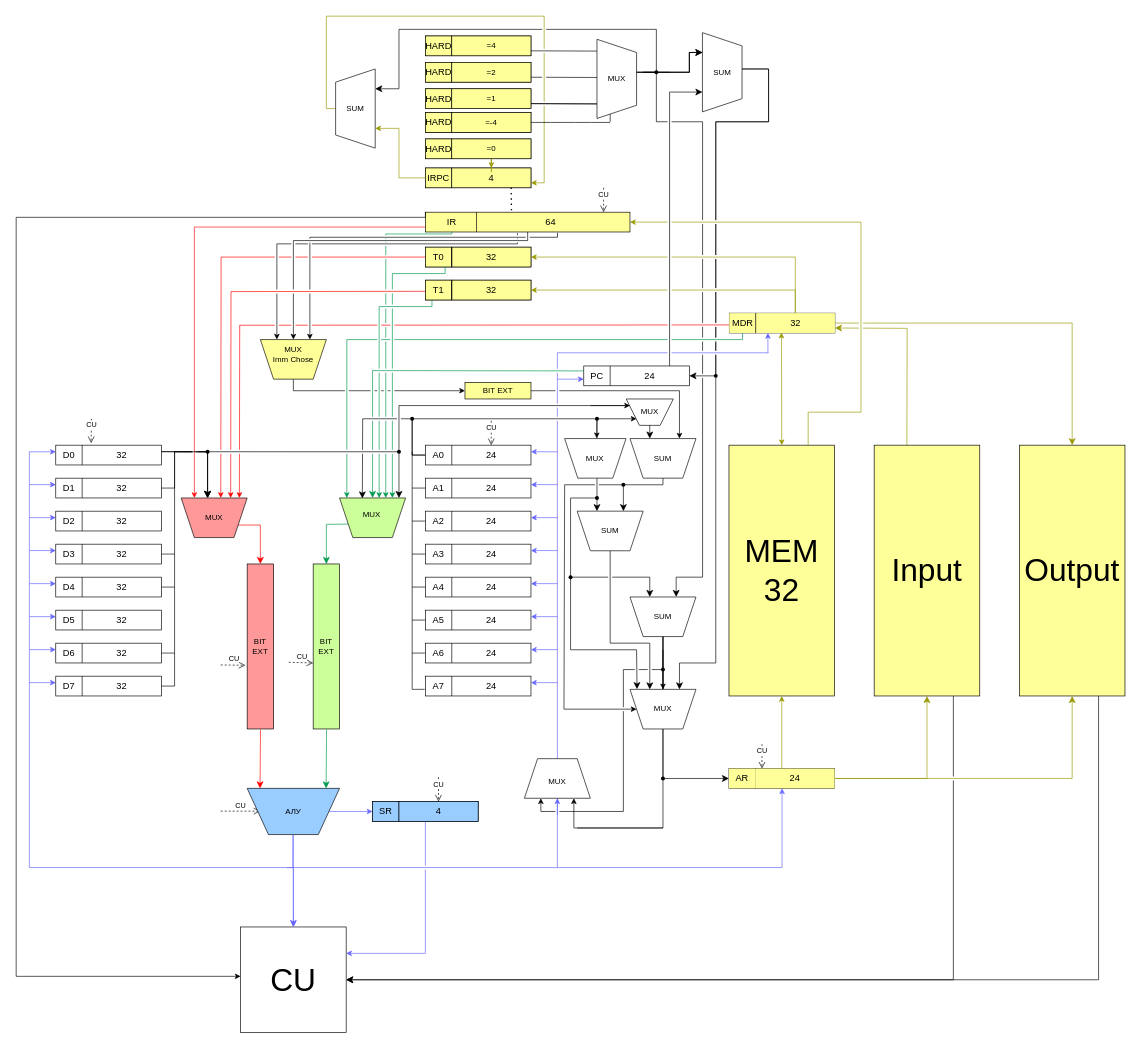
Before: ФИНАЛ.drawio in vladimirasd/computer-archirecture, a draw.io diagram. Source tidied: cells renumbered, new cells numbered last; positions are measured from the earlier drawing's top-left corner, leaving out a move shared by most shapes. Both pictures are drawn from the tidied source at 66%, with x=0, y=0 at pixel (16, 16).
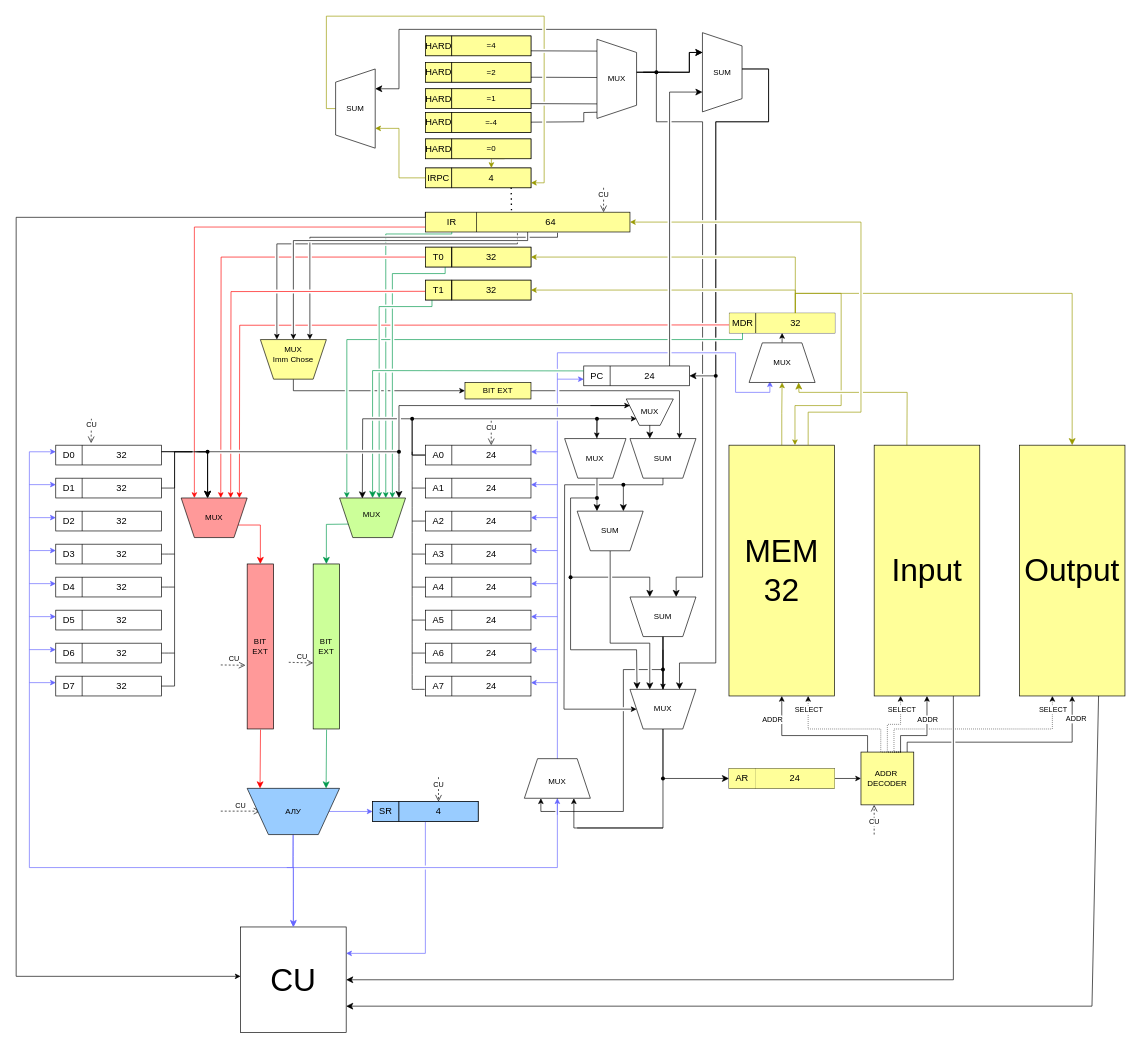
The same page after the edit.

The change refers to these unchanged cells:
```xml
<mxCell id="4" value="&lt;font style=&quot;font-size: 48px;&quot;&gt;MEM&lt;/font&gt;&lt;div&gt;&lt;font style=&quot;font-size: 48px;&quot;&gt;32&lt;/font&gt;&lt;/div&gt;" style="rounded=0;whiteSpace=wrap;html=1;fillColor=#FFFF99;" parent="1" vertex="1">
  <mxGeometry x="1080" y="650" width="160" height="380" as="geometry" />
</mxCell>
<mxCell id="84" value="&lt;font style=&quot;font-size: 48px;&quot;&gt;CU&lt;/font&gt;" style="whiteSpace=wrap;html=1;" parent="1" vertex="1">
  <mxGeometry x="340" y="1380" width="160" height="160" as="geometry" />
</mxCell>
<mxCell id="86" style="rounded=0;whiteSpace=wrap;html=1;fillColor=#FFFF99;" parent="1" vertex="1">
  <mxGeometry x="1080" y="1140" width="160" height="30" as="geometry" />
</mxCell>
<mxCell id="91" value="&lt;font style=&quot;font-size: 14px;&quot;&gt;24&lt;/font&gt;" style="text;html=1;align=center;verticalAlign=middle;whiteSpace=wrap;rounded=0;fillColor=#FFFF99;" parent="1" vertex="1">
  <mxGeometry x="1120" y="1140" width="120" height="30" as="geometry" />
</mxCell>
<mxCell id="153" style="rounded=0;whiteSpace=wrap;html=1;" parent="1" vertex="1">
  <mxGeometry x="1160" y="1290" width="1" as="geometry" />
</mxCell>
<mxCell id="175" value="&lt;span style=&quot;font-size: 14px;&quot;&gt;32&lt;/span&gt;" style="text;html=1;align=center;verticalAlign=middle;whiteSpace=wrap;rounded=0;fillColor=#FFFF99;" parent="1" vertex="1">
  <mxGeometry x="1120.5" y="450" width="120" height="30" as="geometry" />
</mxCell>
<mxCell id="184" value="&lt;span style=&quot;font-size: 14px;&quot;&gt;4&lt;/span&gt;" style="text;html=1;align=center;verticalAlign=middle;whiteSpace=wrap;rounded=0;fillColor=#FFFF99;strokeColor=#000000;" parent="1" vertex="1">
  <mxGeometry x="660" y="230" width="120" height="30" as="geometry" />
</mxCell>
<mxCell id="196" value="=0" style="text;html=1;align=center;verticalAlign=middle;whiteSpace=wrap;rounded=0;fillColor=#FFFF99;strokeColor=#000000;" parent="1" vertex="1">
  <mxGeometry x="660" y="186" width="120" height="30" as="geometry" />
</mxCell>
<mxCell id="202" value="=1" style="text;html=1;align=center;verticalAlign=middle;whiteSpace=wrap;rounded=0;fillColor=#FFFF99;strokeColor=#000000;" parent="1" vertex="1">
  <mxGeometry x="660" y="110" width="120" height="30" as="geometry" />
</mxCell>
<mxCell id="216" value="&lt;span style=&quot;font-size: 48px;&quot;&gt;Input&lt;/span&gt;" style="rounded=0;whiteSpace=wrap;html=1;fillColor=#FFFF99;" parent="1" vertex="1">
  <mxGeometry x="1300" y="650" width="160" height="380" as="geometry" />
</mxCell>
<mxCell id="219" value="&lt;span style=&quot;font-size: 48px;&quot;&gt;Output&lt;/span&gt;" style="rounded=0;whiteSpace=wrap;html=1;fillColor=#FFFF99;" parent="1" vertex="1">
  <mxGeometry x="1520" y="650" width="160" height="380" as="geometry" />
</mxCell>
<mxCell id="239" value="=-4" style="text;html=1;align=center;verticalAlign=middle;whiteSpace=wrap;rounded=0;fillColor=#FFFF99;strokeColor=#000000;" parent="1" vertex="1">
  <mxGeometry x="660" y="146" width="120" height="30" as="geometry" />
</mxCell>
<mxCell id="246" style="shape=trapezoid;perimeter=trapezoidPerimeter;whiteSpace=wrap;html=1;fixedSize=1;rotation=90;" parent="1" vertex="1">
  <mxGeometry x="850" y="65" width="120" height="60" as="geometry" />
</mxCell>
```

What changed in the source:
```diff
@@
+    <mxCell id="298" style="edgeStyle=orthogonalEdgeStyle;rounded=0;jettySize=auto;html=1;entryX=0.5;entryY=1;entryDx=0;entryDy=0;strokeColor=#999900;" parent="1" edge="1" source="4" target="301">
+      <mxGeometry relative="1" as="geometry" />
+    </mxCell>
@@
-    <mxCell id="85" style="edgeStyle=orthogonalEdgeStyle;rounded=0;jettySize=auto;html=1;fillColor=#999900;strokeColor=#999900;" parent="1" edge="1" source="86" target="4">
-      <mxGeometry relative="1" as="geometry" />
-    </mxCell>
@@
-    <mxCell id="89" style="edgeStyle=none;curved=0;rounded=0;jettySize=auto;html=1;entryX=0.5;entryY=1;entryDx=0;entryDy=0;fontSize=12;startSize=8;endSize=8;strokeColor=#999900;" parent="1" edge="1" source="91" target="216">
-      <mxGeometry relative="1" as="geometry">
-        <Array as="points">
-          <mxPoint x="1380" y="1155" />
-        </Array>
-      </mxGeometry>
-    </mxCell>
-    <mxCell id="90" style="edgeStyle=none;curved=0;rounded=0;jettySize=auto;html=1;entryX=0.5;entryY=1;entryDx=0;entryDy=0;fontSize=12;startSize=8;endSize=8;strokeColor=#999900;" parent="1" edge="1" source="91" target="219">
-      <mxGeometry relative="1" as="geometry">
-        <Array as="points">
-          <mxPoint x="1600" y="1155" />
-        </Array>
-      </mxGeometry>
-    </mxCell>
+    <mxCell id="299" style="edgeStyle=orthogonalEdgeStyle;rounded=0;jettySize=auto;html=1;entryX=0;entryY=0.5;entryDx=0;entryDy=0;" parent="1" edge="1" source="91" target="308">
+      <mxGeometry relative="1" as="geometry" />
+    </mxCell>
@@
-    <mxCell id="151" value="CU" style="html=1;verticalAlign=bottom;endArrow=open;dashed=1;endSize=8;curved=0;rounded=0;entryX=0.113;entryY=-0.103;entryDx=0;entryDy=0;entryPerimeter=0;" parent="1" edge="1">
-      <mxGeometry relative="1" as="geometry">
-        <mxPoint x="1130" y="1103" as="sourcePoint" />
-        <mxPoint x="1130" y="1140" as="targetPoint" />
-      </mxGeometry>
-    </mxCell>
-    <mxCell id="152" style="endArrow=none;html=1;rounded=0;strokeColor=#6666FF;" parent="1" edge="1">
-      <mxGeometry relative="1" as="geometry">
-        <mxPoint x="820" y="1290" as="sourcePoint" />
-        <mxPoint x="1160" y="1290" as="targetPoint" />
-      </mxGeometry>
-    </mxCell>
@@
-    <mxCell id="154" style="edgeStyle=orthogonalEdgeStyle;rounded=0;jettySize=auto;html=1;entryX=0.337;entryY=1;entryDx=0;entryDy=0;entryPerimeter=0;fillColor=#6666FF;strokeColor=#6666FF;" parent="1" edge="1" source="153" target="91">
-      <mxGeometry relative="1" as="geometry" />
-    </mxCell>
@@
-    <mxCell id="177" style="endArrow=classic;html=1;rounded=0;strokeColor=#999900;entryX=0.325;entryY=0.982;entryDx=0;entryDy=0;entryPerimeter=0;exitX=0.5;exitY=0;exitDx=0;exitDy=0;jumpStyle=gap;startArrow=classic;startFill=1;" parent="1" edge="1" source="4" target="175">
-      <mxGeometry relative="1" as="geometry" />
-    </mxCell>
-    <mxCell id="178" style="endArrow=classic;html=1;rounded=0;strokeColor=#6666FF;" parent="1" edge="1">
+    <mxCell id="178" style="endArrow=classic;html=1;rounded=0;strokeColor=#6666FF;entryX=0.315;entryY=0.969;entryDx=0;entryDy=0;entryPerimeter=0;" parent="1" edge="1" target="301">
       <mxGeometry relative="1" as="geometry">
-        <mxPoint x="1139" y="510" as="sourcePoint" />
-        <mxPoint x="1139" y="480" as="targetPoint" />
+        <mxPoint x="1090" y="510" as="sourcePoint" />
+        <Array as="points">
+          <mxPoint x="1090" y="570" />
+          <mxPoint x="1142" y="570" />
+        </Array>
       </mxGeometry>
     </mxCell>
     <mxCell id="179" style="endArrow=none;html=1;rounded=0;strokeColor=#6666FF;jumpStyle=gap;" parent="1" edge="1">
       <mxGeometry relative="1" as="geometry">
         <mxPoint x="820" y="510" as="sourcePoint" />
-        <mxPoint x="1140" y="510" as="targetPoint" />
+        <mxPoint x="1090" y="510" as="targetPoint" />
       </mxGeometry>
     </mxCell>
@@
-    <mxCell id="195" style="edgeStyle=orthogonalEdgeStyle;rounded=0;jettySize=auto;html=1;strokeColor=#999900;" parent="1" edge="1" source="196" target="184">
-      <mxGeometry relative="1" as="geometry" />
+    <mxCell id="195" style="edgeStyle=orthogonalEdgeStyle;rounded=0;orthogonalLoop=1;jettySize=auto;html=1;strokeColor=#999900;entryX=0.333;entryY=0;entryDx=0;entryDy=0;entryPerimeter=0;" parent="1" edge="1">
+      <mxGeometry relative="1" as="geometry">
+        <mxPoint x="740" y="216" as="sourcePoint" />
+        <mxPoint x="720" y="230" as="targetPoint" />
+      </mxGeometry>
     </mxCell>
@@
-    <mxCell id="201" style="edgeStyle=none;curved=0;rounded=0;jettySize=auto;html=1;fontSize=12;startSize=8;endSize=8;endArrow=none;endFill=0;exitX=1;exitY=0.75;exitDx=0;exitDy=0;jumpStyle=gap;" parent="1" edge="1" source="202">
-      <mxGeometry relative="1" as="geometry">
-        <mxPoint x="900" y="160" as="targetPoint" />
-        <Array as="points">
-          <mxPoint x="900" y="133" />
-        </Array>
-      </mxGeometry>
-    </mxCell>
@@
-    <mxCell id="214" style="edgeStyle=none;curved=0;rounded=0;jettySize=auto;html=1;entryX=1;entryY=0.75;entryDx=0;entryDy=0;fontSize=12;startSize=8;endSize=8;jumpStyle=gap;strokeColor=#999900;" parent="1" edge="1" target="175">
+    <mxCell id="214" style="edgeStyle=none;curved=0;rounded=0;jettySize=auto;html=1;fontSize=12;startSize=8;endSize=8;jumpStyle=gap;strokeColor=#999900;entryX=0.75;entryY=1;entryDx=0;entryDy=0;" parent="1" edge="1" target="301">
       <mxGeometry relative="1" as="geometry">
         <mxPoint x="1349.5" y="665" as="sourcePoint" />
         <Array as="points">
-          <mxPoint x="1349.5" y="565" />
-          <mxPoint x="1350" y="473" />
+          <mxPoint x="1350" y="570" />
+          <mxPoint x="1186" y="570" />
         </Array>
       </mxGeometry>
     </mxCell>
@@
-    <mxCell id="217" style="edgeStyle=none;curved=0;rounded=0;jettySize=auto;html=1;fontSize=12;startSize=8;endSize=8;entryX=1;entryY=0.5;entryDx=0;entryDy=0;jumpStyle=gap;strokeColor=#999900;startArrow=classic;startFill=1;endArrow=none;endFill=0;" parent="1" edge="1" source="219" target="175">
+    <mxCell id="217" style="edgeStyle=none;curved=0;rounded=0;jettySize=auto;html=1;fontSize=12;startSize=8;endSize=8;jumpStyle=gap;strokeColor=#999900;startArrow=classic;startFill=1;endArrow=none;endFill=0;" parent="1" edge="1" source="219">
       <mxGeometry relative="1" as="geometry">
+        <mxPoint x="1180" y="420" as="targetPoint" />
         <Array as="points">
-          <mxPoint x="1600" y="465" />
+          <mxPoint x="1600" y="420" />
+          <mxPoint x="1380" y="420" />
         </Array>
       </mxGeometry>
     </mxCell>
-    <mxCell id="218" style="edgeStyle=none;curved=0;rounded=0;jettySize=auto;html=1;fontSize=12;startSize=8;endSize=8;exitX=0.75;exitY=1;exitDx=0;exitDy=0;" parent="1" edge="1" source="219">
+    <mxCell id="218" style="edgeStyle=none;curved=0;rounded=0;jettySize=auto;html=1;fontSize=12;startSize=8;endSize=8;exitX=0.75;exitY=1;exitDx=0;exitDy=0;entryX=1;entryY=0.75;entryDx=0;entryDy=0;" parent="1" edge="1" source="219" target="84">
       <mxGeometry relative="1" as="geometry">
-        <mxPoint x="500" y="1460" as="targetPoint" />
         <Array as="points">
-          <mxPoint x="1640" y="1460" />
+          <mxPoint x="1630" y="1500" />
         </Array>
       </mxGeometry>
     </mxCell>
@@
-    <mxCell id="238" style="edgeStyle=none;curved=1;rounded=0;jettySize=auto;html=1;fontSize=12;startSize=8;endSize=8;endArrow=none;endFill=0;" parent="1" edge="1" source="239">
+    <mxCell id="238" style="edgeStyle=none;curved=0;rounded=0;jettySize=auto;html=1;fontSize=12;startSize=8;endSize=8;endArrow=none;endFill=0;entryX=0.921;entryY=0.986;entryDx=0;entryDy=0;entryPerimeter=0;jumpStyle=gap;" parent="1" edge="1" source="239" target="246">
       <mxGeometry relative="1" as="geometry">
-        <mxPoint x="900" y="161" as="targetPoint" />
+        <Array as="points">
+          <mxPoint x="860" y="160" />
+          <mxPoint x="860" y="146" />
+        </Array>
       </mxGeometry>
     </mxCell>
@@
+    <mxCell id="300" style="edgeStyle=orthogonalEdgeStyle;rounded=0;jettySize=auto;html=1;" parent="1" edge="1" source="301" target="175">
+      <mxGeometry relative="1" as="geometry">
+        <Array as="points">
+          <mxPoint x="1161" y="490" />
+          <mxPoint x="1160" y="490" />
+        </Array>
+      </mxGeometry>
+    </mxCell>
+    <mxCell id="301" style="shape=trapezoid;perimeter=trapezoidPerimeter;whiteSpace=wrap;html=1;fixedSize=1;rotation=0;" parent="1" vertex="1">
+      <mxGeometry x="1110.5" y="495" width="100" height="60" as="geometry" />
+    </mxCell>
+    <mxCell id="302" value="MUX" style="text;html=1;whiteSpace=wrap;strokeColor=none;fillColor=none;align=center;verticalAlign=middle;rounded=0;" parent="1" vertex="1">
+      <mxGeometry x="1135.5" y="510" width="50" height="30" as="geometry" />
+    </mxCell>
+    <mxCell id="303" style="edgeStyle=orthogonalEdgeStyle;rounded=0;jettySize=auto;html=1;strokeColor=#999900;jumpStyle=gap;" parent="1" edge="1" source="175" target="4">
+      <mxGeometry relative="1" as="geometry">
+        <Array as="points">
+          <mxPoint x="1181" y="420" />
+          <mxPoint x="1250" y="420" />
+          <mxPoint x="1250" y="590" />
+          <mxPoint x="1180" y="590" />
+        </Array>
+      </mxGeometry>
+    </mxCell>
+    <mxCell id="304" style="edgeStyle=orthogonalEdgeStyle;rounded=0;jettySize=auto;html=1;entryX=0.5;entryY=1;entryDx=0;entryDy=0;jumpStyle=gap;" parent="1" edge="1" source="308" target="4">
+      <mxGeometry relative="1" as="geometry">
+        <Array as="points">
+          <mxPoint x="1290" y="1090" />
+          <mxPoint x="1160" y="1090" />
+        </Array>
+      </mxGeometry>
+    </mxCell>
+    <mxCell id="305" value="ADDR" style="edgeLabel;html=1;align=center;verticalAlign=middle;" parent="304" vertex="1">
+      <mxGeometry x="-0.01" y="-2" relative="1" as="geometry">
+        <mxPoint x="-64" y="-23" as="offset" />
+      </mxGeometry>
+    </mxCell>
+    <mxCell id="306" style="edgeStyle=orthogonalEdgeStyle;rounded=0;jettySize=auto;html=1;entryX=0.5;entryY=1;entryDx=0;entryDy=0;jumpStyle=gap;" parent="1" edge="1" source="308" target="216">
+      <mxGeometry relative="1" as="geometry">
+        <Array as="points">
+          <mxPoint x="1340" y="1090" />
+          <mxPoint x="1380" y="1090" />
+        </Array>
+      </mxGeometry>
+    </mxCell>
+    <mxCell id="307" style="edgeStyle=orthogonalEdgeStyle;rounded=0;jettySize=auto;html=1;entryX=0.5;entryY=1;entryDx=0;entryDy=0;jumpStyle=gap;" parent="1" edge="1" source="308" target="219">
+      <mxGeometry relative="1" as="geometry">
+        <Array as="points">
+          <mxPoint x="1350" y="1100" />
+          <mxPoint x="1600" y="1100" />
+        </Array>
+      </mxGeometry>
+    </mxCell>
+    <mxCell id="308" value="ADDR&amp;nbsp;&lt;br&gt;DECODER" style="whiteSpace=wrap;html=1;fillColor=#FFFF99;" parent="1" vertex="1">
+      <mxGeometry x="1280" y="1115" width="80" height="80" as="geometry" />
+    </mxCell>
+    <mxCell id="309" value="ADDR" style="edgeLabel;html=1;align=center;verticalAlign=middle;" parent="1" vertex="1">
+      <mxGeometry x="1380" y="1065" as="geometry" />
+    </mxCell>
+    <mxCell id="310" value="ADDR" style="edgeLabel;html=1;align=center;verticalAlign=middle;" parent="1" vertex="1">
+      <mxGeometry x="1550" y="1145" as="geometry">
+        <mxPoint x="55" y="-81" as="offset" />
+      </mxGeometry>
+    </mxCell>
+    <mxCell id="311" style="edgeStyle=orthogonalEdgeStyle;rounded=0;orthogonalLoop=1;jettySize=auto;html=1;entryX=0.328;entryY=1;entryDx=0;entryDy=0;entryPerimeter=0;dashed=1;dashPattern=1 2;jumpStyle=gap;" parent="1" edge="1">
+      <mxGeometry relative="1" as="geometry">
+        <mxPoint x="1340" y="1115" as="sourcePoint" />
+        <mxPoint x="1340" y="1030" as="targetPoint" />
+        <Array as="points">
+          <mxPoint x="1320" y="1115" />
+          <mxPoint x="1320" y="1073" />
+          <mxPoint x="1340" y="1073" />
+        </Array>
+      </mxGeometry>
+    </mxCell>
+    <mxCell id="312" value="SELECT" style="edgeLabel;html=1;align=center;verticalAlign=middle;" parent="311" vertex="1">
+      <mxGeometry x="0.4" y="-1" relative="1" as="geometry">
+        <mxPoint y="-17" as="offset" />
+      </mxGeometry>
+    </mxCell>
+    <mxCell id="313" style="edgeStyle=orthogonalEdgeStyle;rounded=0;jettySize=auto;html=1;entryX=0.75;entryY=1;entryDx=0;entryDy=0;dashed=1;dashPattern=1 2;jumpStyle=gap;" parent="1" edge="1" target="4">
+      <mxGeometry relative="1" as="geometry">
+        <mxPoint x="1340" y="1115" as="sourcePoint" />
+        <Array as="points">
+          <mxPoint x="1310" y="1115" />
+          <mxPoint x="1310" y="1080" />
+          <mxPoint x="1200" y="1080" />
+        </Array>
+      </mxGeometry>
+    </mxCell>
+    <mxCell id="314" style="edgeStyle=orthogonalEdgeStyle;rounded=0;jettySize=auto;html=1;dashed=1;dashPattern=1 2;jumpStyle=gap;" parent="1" edge="1" target="219">
+      <mxGeometry relative="1" as="geometry">
+        <mxPoint x="1340" y="1115" as="sourcePoint" />
+        <Array as="points">
+          <mxPoint x="1330" y="1115" />
+          <mxPoint x="1330" y="1080" />
+          <mxPoint x="1570" y="1080" />
+        </Array>
+      </mxGeometry>
+    </mxCell>
+    <mxCell id="315" value="SELECT" style="edgeLabel;html=1;align=center;verticalAlign=middle;" parent="1" vertex="1">
+      <mxGeometry x="1200" y="1050" as="geometry" />
+    </mxCell>
+    <mxCell id="316" value="SELECT" style="edgeLabel;html=1;align=center;verticalAlign=middle;" parent="1" vertex="1">
+      <mxGeometry x="1570" y="1050" as="geometry" />
+    </mxCell>
+    <mxCell id="151" value="CU" style="html=1;verticalAlign=bottom;endArrow=open;dashed=1;endSize=8;curved=0;rounded=0;entryX=0.25;entryY=1;entryDx=0;entryDy=0;" parent="1" edge="1" target="308">
+      <mxGeometry x="-0.56" relative="1" as="geometry">
+        <mxPoint x="1300" y="1240" as="sourcePoint" />
+      </mxGeometry>
+    </mxCell>
```
